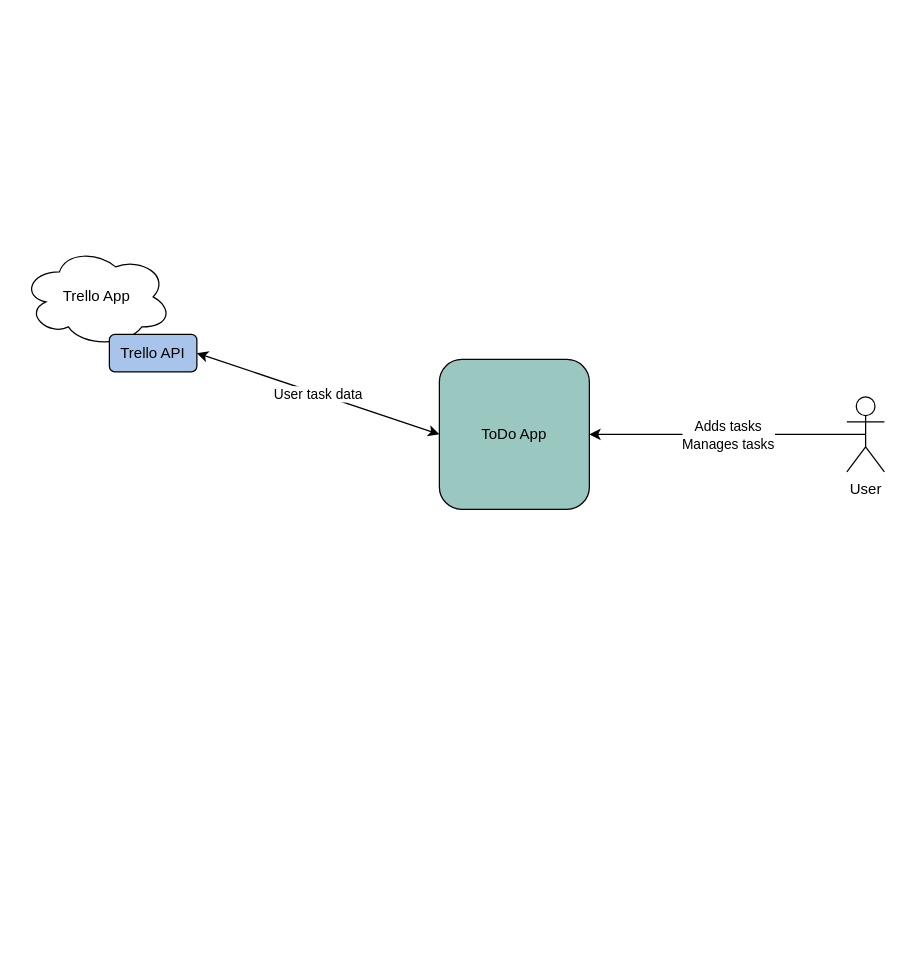
Before: Context Diagram.drawio in AliThomson/DevOps-Course-Starter, a draw.io diagram. Source tidied: cells renumbered, new cells numbered last; positions are measured from the earlier drawing's top-left corner, leaving out a move shared by most shapes. Both pictures are drawn from the tidied source at 125%, with x=0, y=0 at pixel (21, 246).
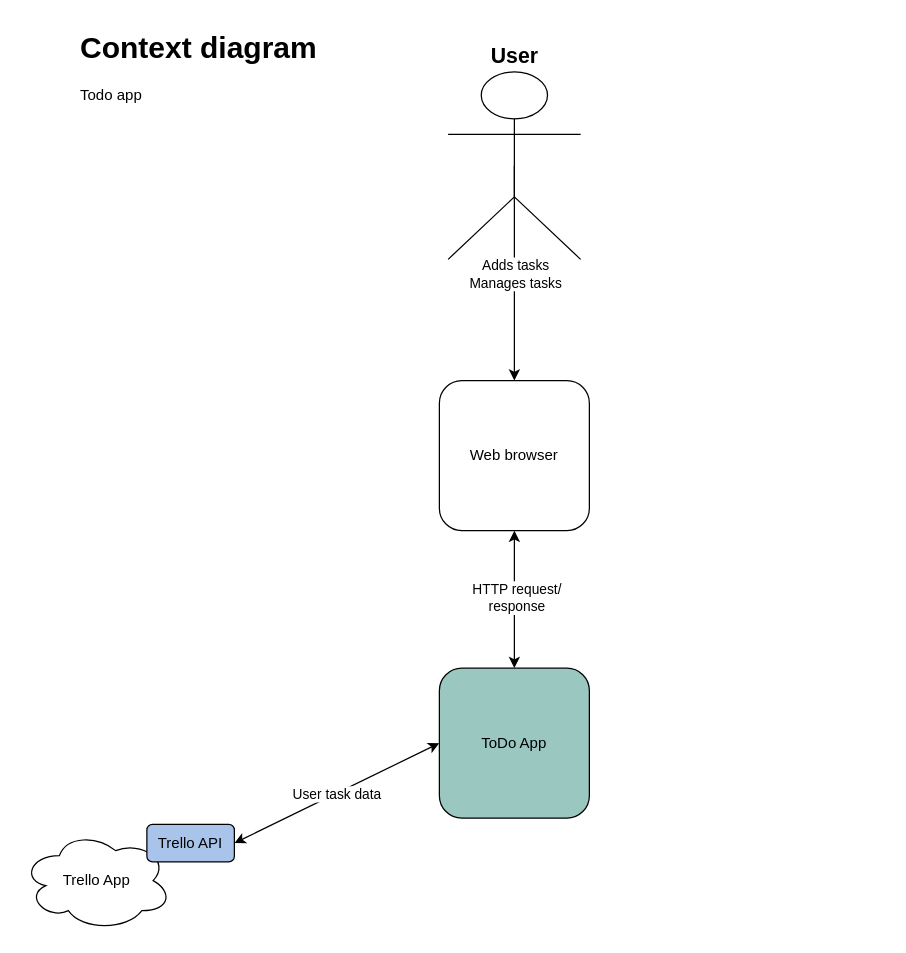
The same diagram, later.

Change to the diagram source:
```diff
@@
 <mxGraphModel>
   <root>
     <mxCell id="0" />
     <mxCell id="1" parent="0" />
     <mxCell id="2" value="ToDo App" style="rounded=1;whiteSpace=wrap;html=1;fontSize=12;glass=0;strokeWidth=1;shadow=0;labelBackgroundColor=#9AC7BF;fillColor=#9AC7BF;" parent="1" vertex="1">
-      <mxGeometry x="334" y="90" width="120" height="120" as="geometry" />
+      <mxGeometry x="334" y="337" width="120" height="120" as="geometry" />
     </mxCell>
-    <mxCell id="3" value="User" style="shape=umlActor;verticalLabelPosition=bottom;verticalAlign=top;html=1;outlineConnect=0;" parent="1" vertex="1">
-      <mxGeometry x="660" y="120" width="30" height="60" as="geometry" />
+    <mxCell id="3" value="User" style="shape=umlActor;verticalLabelPosition=top;verticalAlign=bottom;html=1;outlineConnect=0;labelPosition=center;align=center;fontSize=17;fontStyle=1;" parent="1" vertex="1">
+      <mxGeometry x="341" y="-140" width="106" height="150" as="geometry" />
     </mxCell>
-    <mxCell id="4" style="endArrow=classic;html=1;rounded=0;entryX=1;entryY=0.5;entryDx=0;entryDy=0;exitX=0.5;exitY=0.5;exitDx=0;exitDy=0;exitPerimeter=0;" parent="1" edge="1" source="3" target="2">
+    <mxCell id="4" style="endArrow=classic;html=1;rounded=0;entryX=0.5;entryY=0;entryDx=0;entryDy=0;exitX=0.5;exitY=0.5;exitDx=0;exitDy=0;exitPerimeter=0;" parent="1" edge="1" source="3" target="10">
       <mxGeometry relative="1" as="geometry" />
     </mxCell>
     <mxCell id="5" value="Adds tasks&lt;div&gt;Manages tasks&lt;/div&gt;" style="edgeLabel;html=1;align=center;verticalAlign=middle;" parent="4" vertex="1">
       <mxGeometry relative="1" as="geometry" />
     </mxCell>
     <mxCell id="6" value="Trello App" style="ellipse;shape=cloud;whiteSpace=wrap;html=1;" parent="1" vertex="1">
-      <mxGeometry width="120" height="80" as="geometry" />
+      <mxGeometry y="467" width="120" height="80" as="geometry" />
     </mxCell>
     <mxCell id="7" style="endArrow=classic;html=1;rounded=0;entryX=0;entryY=0.5;entryDx=0;entryDy=0;startArrow=classic;startFill=1;exitX=1;exitY=0.5;exitDx=0;exitDy=0;" parent="1" edge="1" source="9" target="2">
       <mxGeometry relative="1" as="geometry" />
     </mxCell>
     <mxCell id="8" value="User task data" style="edgeLabel;html=1;align=center;verticalAlign=middle;" parent="7" vertex="1">
       <mxGeometry relative="1" as="geometry" />
     </mxCell>
     <mxCell id="9" value="Trello API" style="rounded=1;whiteSpace=wrap;html=1;fillColor=#A9C4EB;" parent="1" vertex="1">
-      <mxGeometry x="70" y="70" width="70" height="30" as="geometry" />
+      <mxGeometry x="100" y="462" width="70" height="30" as="geometry" />
     </mxCell>
+    <mxCell id="10" value="&lt;span style=&quot;&quot;&gt;Web browser&lt;/span&gt;" style="rounded=1;whiteSpace=wrap;html=1;fontSize=12;glass=0;strokeWidth=1;shadow=0;labelBackgroundColor=none;fillColor=#FFFFFF;" parent="1" vertex="1">
+      <mxGeometry x="334" y="107" width="120" height="120" as="geometry" />
+    </mxCell>
+    <mxCell id="11" style="endArrow=classic;html=1;rounded=0;entryX=0.5;entryY=0;entryDx=0;entryDy=0;exitX=0.5;exitY=1;exitDx=0;exitDy=0;startArrow=classic;startFill=1;" parent="1" edge="1" source="10" target="2">
+      <mxGeometry relative="1" as="geometry" />
+    </mxCell>
+    <mxCell id="12" value="HTTP request/&lt;div&gt;response&lt;/div&gt;" style="edgeLabel;html=1;align=center;verticalAlign=middle;" parent="11" vertex="1">
+      <mxGeometry x="-0.03" y="1" relative="1" as="geometry" />
+    </mxCell>
+    <mxCell id="13" value="&lt;h1 style=&quot;margin-top: 0px;&quot;&gt;Context diagram&lt;/h1&gt;&lt;div&gt;Todo app&lt;/div&gt;" style="text;html=1;whiteSpace=wrap;overflow=hidden;rounded=0;" parent="1" vertex="1">
+      <mxGeometry x="45" y="-180" width="215" height="80" as="geometry" />
+    </mxCell>
   </root>
 </mxGraphModel>
```
